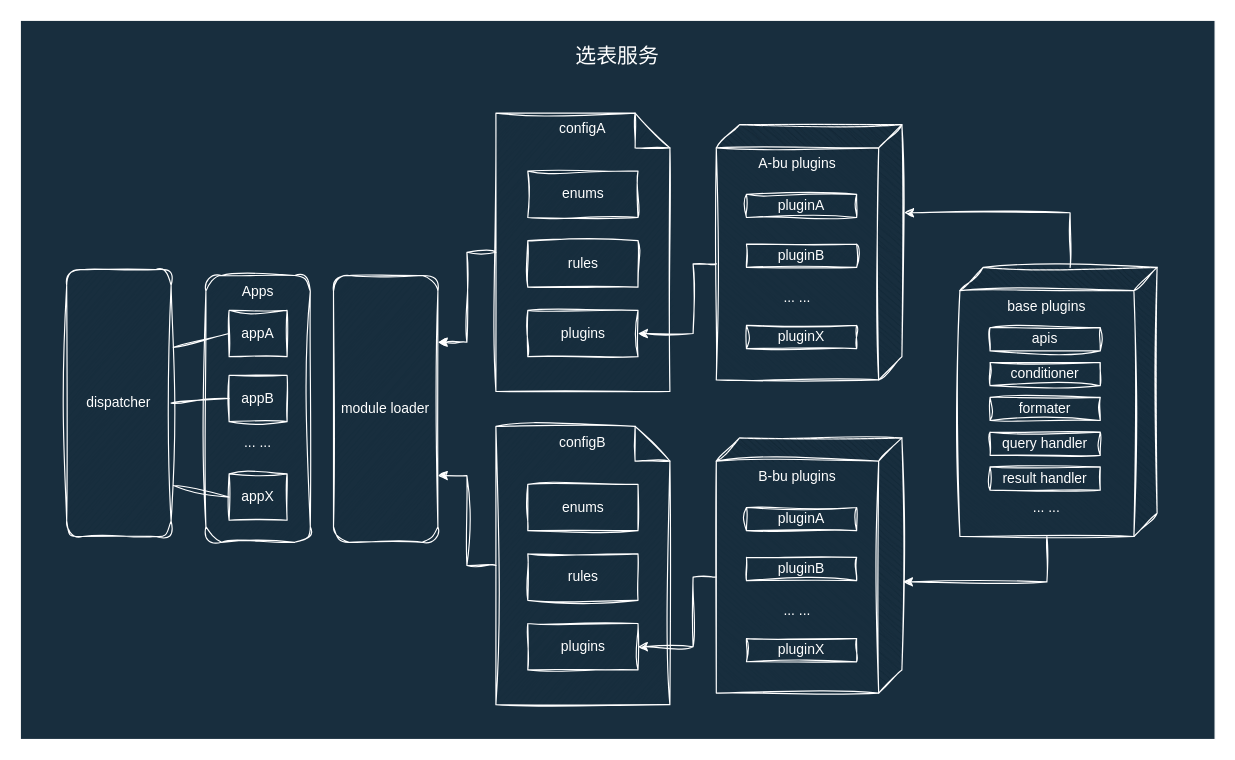
cavaljames/work-diagrams keeps this draw.io diagram as chatbi/xuanbiao.drawio. Above is the earlier version. Source tidied: cells renumbered, new cells numbered last; positions are measured from the earlier drawing's top-left corner, leaving out a move shared by most shapes. Both pictures are drawn from the tidied source at 116%, with x=0, y=0 at pixel (20, 20).
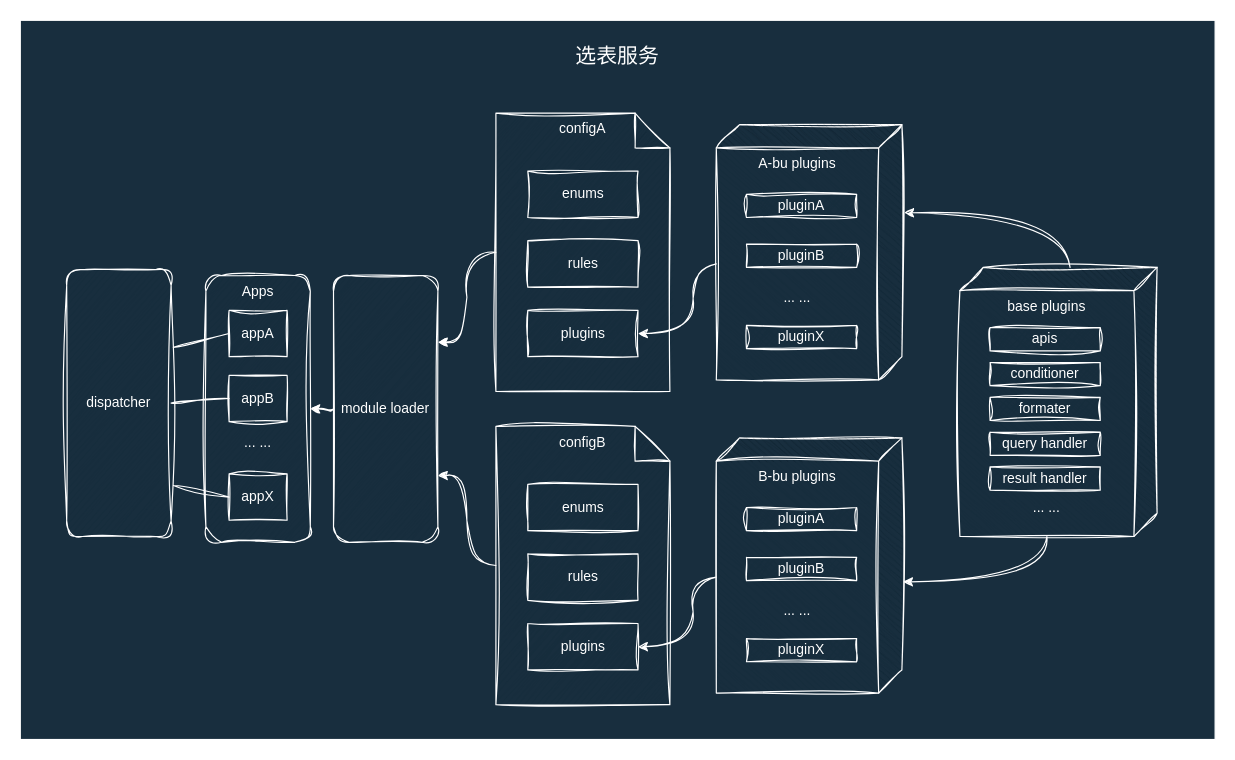
After the change.

The change refers to these unchanged cells:
```xml
<mxCell id="3" value="configA" style="shape=note;whiteSpace=wrap;html=1;backgroundOutline=1;darkOpacity=0.05;sketch=1;hachureGap=4;jiggle=2;curveFitting=1;verticalAlign=top;labelBackgroundColor=none;fillColor=#182E3E;strokeColor=#FFFFFF;fontColor=#FFFFFF;" parent="1" vertex="1">
  <mxGeometry x="410" y="80" width="150" height="240" as="geometry" />
</mxCell>
<mxCell id="5" value="plugins" style="rounded=0;whiteSpace=wrap;html=1;sketch=1;hachureGap=4;jiggle=2;curveFitting=1;labelBackgroundColor=none;fillColor=#182E3E;strokeColor=#FFFFFF;fontColor=#FFFFFF;" parent="1" vertex="1">
  <mxGeometry x="437.5" y="250" width="95" height="40" as="geometry" />
</mxCell>
<mxCell id="8" value="base plugins&lt;div&gt;&lt;br&gt;&lt;/div&gt;&lt;div&gt;&lt;br&gt;&lt;/div&gt;&lt;div&gt;&lt;br&gt;&lt;/div&gt;&lt;div&gt;&lt;br&gt;&lt;/div&gt;&lt;div&gt;&lt;br&gt;&lt;/div&gt;&lt;div&gt;&lt;br&gt;&lt;/div&gt;&lt;div&gt;&lt;br&gt;&lt;/div&gt;&lt;div&gt;&lt;br&gt;&lt;/div&gt;&lt;div&gt;&lt;br&gt;&lt;/div&gt;&lt;div&gt;&lt;br&gt;&lt;/div&gt;&lt;div&gt;&lt;br&gt;&lt;/div&gt;&lt;div&gt;&lt;span style=&quot;background-color: initial;&quot;&gt;... ...&lt;/span&gt;&lt;br&gt;&lt;/div&gt;" style="shape=cube;whiteSpace=wrap;html=1;boundedLbl=1;backgroundOutline=1;darkOpacity=0.05;darkOpacity2=0.1;sketch=1;hachureGap=4;jiggle=2;curveFitting=1;direction=south;verticalAlign=top;labelBackgroundColor=none;fillColor=#182E3E;strokeColor=#FFFFFF;fontColor=#FFFFFF;" parent="1" vertex="1">
  <mxGeometry x="810" y="213" width="170" height="232" as="geometry" />
</mxCell>
<mxCell id="14" value="A-bu plugins&lt;div&gt;&lt;br&gt;&lt;/div&gt;&lt;div&gt;&lt;br&gt;&lt;/div&gt;&lt;div&gt;&lt;br&gt;&lt;/div&gt;&lt;div&gt;&lt;br&gt;&lt;/div&gt;&lt;div&gt;&lt;br&gt;&lt;/div&gt;&lt;div&gt;&lt;br&gt;&lt;/div&gt;&lt;div&gt;&lt;br&gt;&lt;/div&gt;&lt;div&gt;... ...&lt;/div&gt;" style="shape=cube;whiteSpace=wrap;html=1;boundedLbl=1;backgroundOutline=1;darkOpacity=0.05;darkOpacity2=0.1;sketch=1;hachureGap=4;jiggle=2;curveFitting=1;direction=south;verticalAlign=top;labelBackgroundColor=none;fillColor=#182E3E;strokeColor=#FFFFFF;fontColor=#FFFFFF;" parent="1" vertex="1">
  <mxGeometry x="600" y="90" width="160" height="220" as="geometry" />
</mxCell>
<mxCell id="18" value="configB" style="shape=note;whiteSpace=wrap;html=1;backgroundOutline=1;darkOpacity=0.05;sketch=1;hachureGap=4;jiggle=2;curveFitting=1;verticalAlign=top;labelBackgroundColor=none;fillColor=#182E3E;strokeColor=#FFFFFF;fontColor=#FFFFFF;" parent="1" vertex="1">
  <mxGeometry x="410" y="350" width="150" height="240" as="geometry" />
</mxCell>
<mxCell id="19" value="plugins" style="rounded=0;whiteSpace=wrap;html=1;sketch=1;hachureGap=4;jiggle=2;curveFitting=1;labelBackgroundColor=none;fillColor=#182E3E;strokeColor=#FFFFFF;fontColor=#FFFFFF;" parent="1" vertex="1">
  <mxGeometry x="437.5" y="520" width="95" height="40" as="geometry" />
</mxCell>
<mxCell id="23" value="B-bu plugins&lt;div&gt;&lt;br&gt;&lt;/div&gt;&lt;div&gt;&lt;br&gt;&lt;/div&gt;&lt;div&gt;&lt;br&gt;&lt;/div&gt;&lt;div&gt;&lt;br&gt;&lt;/div&gt;&lt;div&gt;&lt;br&gt;&lt;/div&gt;&lt;div&gt;&lt;br&gt;&lt;/div&gt;&lt;div&gt;&lt;br&gt;&lt;/div&gt;&lt;div&gt;... ...&lt;/div&gt;" style="shape=cube;whiteSpace=wrap;html=1;boundedLbl=1;backgroundOutline=1;darkOpacity=0.05;darkOpacity2=0.1;sketch=1;hachureGap=4;jiggle=2;curveFitting=1;direction=south;verticalAlign=top;labelBackgroundColor=none;fillColor=#182E3E;strokeColor=#FFFFFF;fontColor=#FFFFFF;" parent="1" vertex="1">
  <mxGeometry x="600" y="360" width="160" height="220" as="geometry" />
</mxCell>
<mxCell id="30" value="Apps&lt;div&gt;&lt;br&gt;&lt;/div&gt;&lt;div&gt;&lt;br&gt;&lt;/div&gt;&lt;div&gt;&lt;br&gt;&lt;/div&gt;&lt;div&gt;&lt;br&gt;&lt;/div&gt;&lt;div&gt;&lt;br&gt;&lt;/div&gt;&lt;div&gt;&lt;br&gt;&lt;/div&gt;&lt;div&gt;&lt;br&gt;&lt;/div&gt;&lt;div&gt;&lt;br&gt;&lt;/div&gt;&lt;div&gt;... ...&lt;/div&gt;" style="rounded=1;whiteSpace=wrap;html=1;sketch=1;hachureGap=4;jiggle=2;curveFitting=1;verticalAlign=top;labelBackgroundColor=none;fillColor=#182E3E;strokeColor=#FFFFFF;fontColor=#FFFFFF;" parent="1" vertex="1">
  <mxGeometry x="160" y="220" width="90" height="230" as="geometry" />
</mxCell>
```

The edit, as a diff of the source:
```diff
@@
-    <mxCell id="4" value="module loader" style="rounded=1;whiteSpace=wrap;html=1;sketch=1;hachureGap=4;jiggle=2;curveFitting=1;labelBackgroundColor=none;fillColor=#182E3E;strokeColor=#FFFFFF;fontColor=#FFFFFF;" parent="1" vertex="1">
-      <mxGeometry x="270" y="220" width="90" height="230" as="geometry" />
-    </mxCell>
@@
-    <mxCell id="22" style="edgeStyle=orthogonalEdgeStyle;rounded=0;sketch=1;hachureGap=4;jiggle=2;curveFitting=1;jettySize=auto;html=1;exitX=0;exitY=0;exitDx=120;exitDy=160;exitPerimeter=0;entryX=1;entryY=0.5;entryDx=0;entryDy=0;labelBackgroundColor=none;fontColor=default;strokeColor=#FFFFFF;" parent="1" edge="1" source="23" target="19">
+    <mxCell id="22" style="edgeStyle=orthogonalEdgeStyle;rounded=0;sketch=1;hachureGap=4;jiggle=2;curveFitting=1;jettySize=auto;html=1;exitX=0;exitY=0;exitDx=120;exitDy=160;exitPerimeter=0;entryX=1;entryY=0.5;entryDx=0;entryDy=0;labelBackgroundColor=none;fontColor=default;strokeColor=#FFFFFF;curved=1;" parent="1" edge="1" source="23" target="19">
       <mxGeometry relative="1" as="geometry">
         <Array as="points">
           <mxPoint x="580" y="480" />
           <mxPoint x="580" y="540" />
         </Array>
       </mxGeometry>
     </mxCell>
@@
-    <mxCell id="27" style="edgeStyle=orthogonalEdgeStyle;rounded=0;sketch=1;hachureGap=4;jiggle=2;curveFitting=1;jettySize=auto;html=1;exitX=0;exitY=0.5;exitDx=0;exitDy=0;exitPerimeter=0;entryX=1;entryY=0.25;entryDx=0;entryDy=0;labelBackgroundColor=none;fontColor=default;strokeColor=#FFFFFF;" parent="1" edge="1" source="3" target="4">
+    <mxCell id="27" style="edgeStyle=orthogonalEdgeStyle;rounded=0;sketch=1;hachureGap=4;jiggle=2;curveFitting=1;jettySize=auto;html=1;exitX=0;exitY=0.5;exitDx=0;exitDy=0;exitPerimeter=0;entryX=1;entryY=0.25;entryDx=0;entryDy=0;labelBackgroundColor=none;fontColor=default;strokeColor=#FFFFFF;curved=1;" parent="1" edge="1" source="3" target="4">
       <mxGeometry relative="1" as="geometry" />
     </mxCell>
-    <mxCell id="28" style="edgeStyle=orthogonalEdgeStyle;rounded=0;sketch=1;hachureGap=4;jiggle=2;curveFitting=1;jettySize=auto;html=1;exitX=0;exitY=0.5;exitDx=0;exitDy=0;exitPerimeter=0;entryX=1;entryY=0.75;entryDx=0;entryDy=0;labelBackgroundColor=none;fontColor=default;strokeColor=#FFFFFF;" parent="1" edge="1" source="18" target="4">
+    <mxCell id="28" style="edgeStyle=orthogonalEdgeStyle;rounded=0;sketch=1;hachureGap=4;jiggle=2;curveFitting=1;jettySize=auto;html=1;exitX=0;exitY=0.5;exitDx=0;exitDy=0;exitPerimeter=0;entryX=1;entryY=0.75;entryDx=0;entryDy=0;labelBackgroundColor=none;fontColor=default;strokeColor=#FFFFFF;curved=1;" parent="1" edge="1" source="18" target="4">
       <mxGeometry relative="1" as="geometry" />
     </mxCell>
-    <mxCell id="29" style="edgeStyle=orthogonalEdgeStyle;rounded=0;sketch=1;hachureGap=4;jiggle=2;curveFitting=1;jettySize=auto;html=1;exitX=0;exitY=0;exitDx=232;exitDy=95;exitPerimeter=0;entryX=0.564;entryY=-0.006;entryDx=0;entryDy=0;entryPerimeter=0;labelBackgroundColor=none;fontColor=default;strokeColor=#FFFFFF;" parent="1" edge="1" source="8" target="23">
+    <mxCell id="29" style="edgeStyle=orthogonalEdgeStyle;rounded=0;sketch=1;hachureGap=4;jiggle=2;curveFitting=1;jettySize=auto;html=1;exitX=0;exitY=0;exitDx=232;exitDy=95;exitPerimeter=0;entryX=0.564;entryY=-0.006;entryDx=0;entryDy=0;entryPerimeter=0;labelBackgroundColor=none;fontColor=default;strokeColor=#FFFFFF;curved=1;" parent="1" edge="1" source="8" target="23">
       <mxGeometry relative="1" as="geometry" />
     </mxCell>
@@
-    <mxCell id="38" style="edgeStyle=orthogonalEdgeStyle;rounded=0;sketch=1;hachureGap=4;jiggle=2;curveFitting=1;jettySize=auto;html=1;exitX=0;exitY=0;exitDx=0;exitDy=75;exitPerimeter=0;entryX=0.345;entryY=-0.012;entryDx=0;entryDy=0;entryPerimeter=0;strokeColor=#FFFFFF;" parent="1" edge="1" source="8" target="14">
+    <mxCell id="38" style="edgeStyle=orthogonalEdgeStyle;rounded=0;sketch=1;hachureGap=4;jiggle=2;curveFitting=1;jettySize=auto;html=1;exitX=0;exitY=0;exitDx=0;exitDy=75;exitPerimeter=0;entryX=0.345;entryY=-0.012;entryDx=0;entryDy=0;entryPerimeter=0;strokeColor=#FFFFFF;curved=1;" parent="1" edge="1" source="8" target="14">
       <mxGeometry relative="1" as="geometry" />
     </mxCell>
-    <mxCell id="39" style="edgeStyle=orthogonalEdgeStyle;rounded=0;sketch=1;hachureGap=4;jiggle=2;curveFitting=1;jettySize=auto;html=1;exitX=0;exitY=0;exitDx=120;exitDy=160;exitPerimeter=0;entryX=1;entryY=0.5;entryDx=0;entryDy=0;labelBackgroundColor=none;fontColor=default;strokeColor=#FFFFFF;" parent="1" edge="1" source="14" target="5">
+    <mxCell id="39" style="edgeStyle=orthogonalEdgeStyle;rounded=0;sketch=1;hachureGap=4;jiggle=2;curveFitting=1;jettySize=auto;html=1;exitX=0;exitY=0;exitDx=120;exitDy=160;exitPerimeter=0;entryX=1;entryY=0.5;entryDx=0;entryDy=0;labelBackgroundColor=none;fontColor=default;strokeColor=#FFFFFF;curved=1;" parent="1" edge="1" source="14" target="5">
       <mxGeometry relative="1" as="geometry">
         <Array as="points">
           <mxPoint x="580" y="210" />
           <mxPoint x="580" y="270" />
         </Array>
       </mxGeometry>
     </mxCell>
+    <mxCell id="40" style="edgeStyle=orthogonalEdgeStyle;rounded=0;sketch=1;hachureGap=4;jiggle=2;curveFitting=1;jettySize=auto;html=1;exitX=0;exitY=0.5;exitDx=0;exitDy=0;entryX=1;entryY=0.5;entryDx=0;entryDy=0;strokeColor=#FFFFFF;curved=1;" parent="1" edge="1" source="4" target="30">
+      <mxGeometry relative="1" as="geometry" />
+    </mxCell>
+    <mxCell id="4" value="module loader" style="rounded=1;whiteSpace=wrap;html=1;sketch=1;hachureGap=4;jiggle=2;curveFitting=1;labelBackgroundColor=none;fillColor=#182E3E;strokeColor=#FFFFFF;fontColor=#FFFFFF;" parent="1" vertex="1">
+      <mxGeometry x="270" y="220" width="90" height="230" as="geometry" />
+    </mxCell>
```
